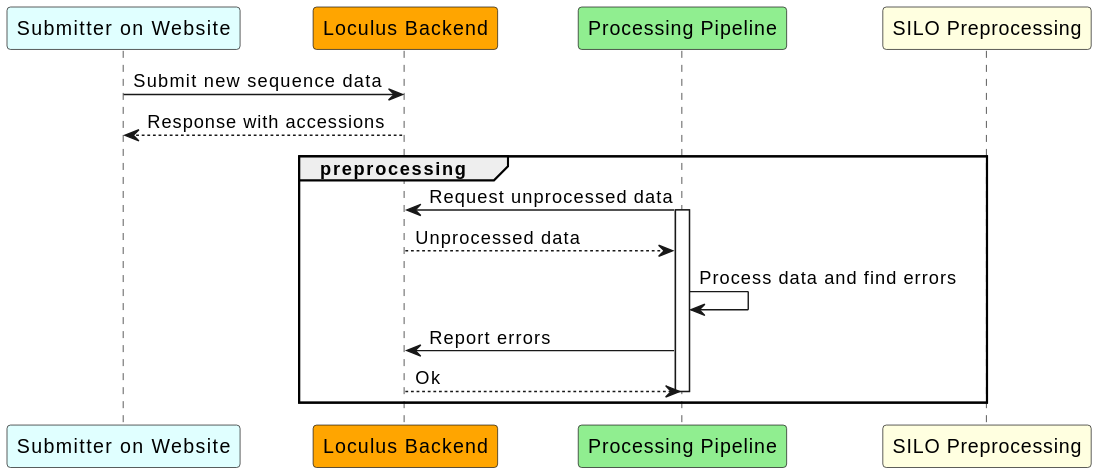
This is architecture_docs/plantuml/06_ena_deposition.svg from loculus-project/loculus, a PlantUML export, as it was before one commit. Its diagram source:
```plantuml
@startuml
participant "Submitter on Website" as submitter #LightCyan
participant "Loculus Backend" as backend #Orange
participant "Processing Pipeline" as processing #LightGreen
participant "SILO Preprocessing" as silo_processing #LightYellow

submitter -> backend: Submit new sequence data
backend --> submitter: Response with accessions

group preprocessing
    processing -> backend: Request unprocessed data
    activate processing
    backend --> processing: Unprocessed data
    processing -> processing: Process data and find errors
    processing -> backend: Report errors
    backend --> processing: Ok
    deactivate processing
end
@enduml
```
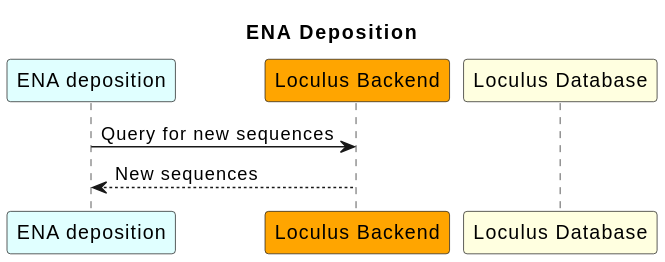
The same file after the commit.

What changed in the source:
```diff
@@ -1,19 +1,11 @@
 @startuml
-participant "Submitter on Website" as submitter #LightCyan
+title ENA Deposition
+
+participant "ENA deposition" as deposition #LightCyan
 participant "Loculus Backend" as backend #Orange
-participant "Processing Pipeline" as processing #LightGreen
-participant "SILO Preprocessing" as silo_processing #LightYellow
+participant "Loculus Database" as db #LightYellow
 
-submitter -> backend: Submit new sequence data
-backend --> submitter: Response with accessions
+deposition -> backend: Query for new sequences
+backend --> deposition: New sequences
 
-group preprocessing
-    processing -> backend: Request unprocessed data
-    activate processing
-    backend --> processing: Unprocessed data
-    processing -> processing: Process data and find errors
-    processing -> backend: Report errors
-    backend --> processing: Ok
-    deactivate processing
-end
 @enduml
```
